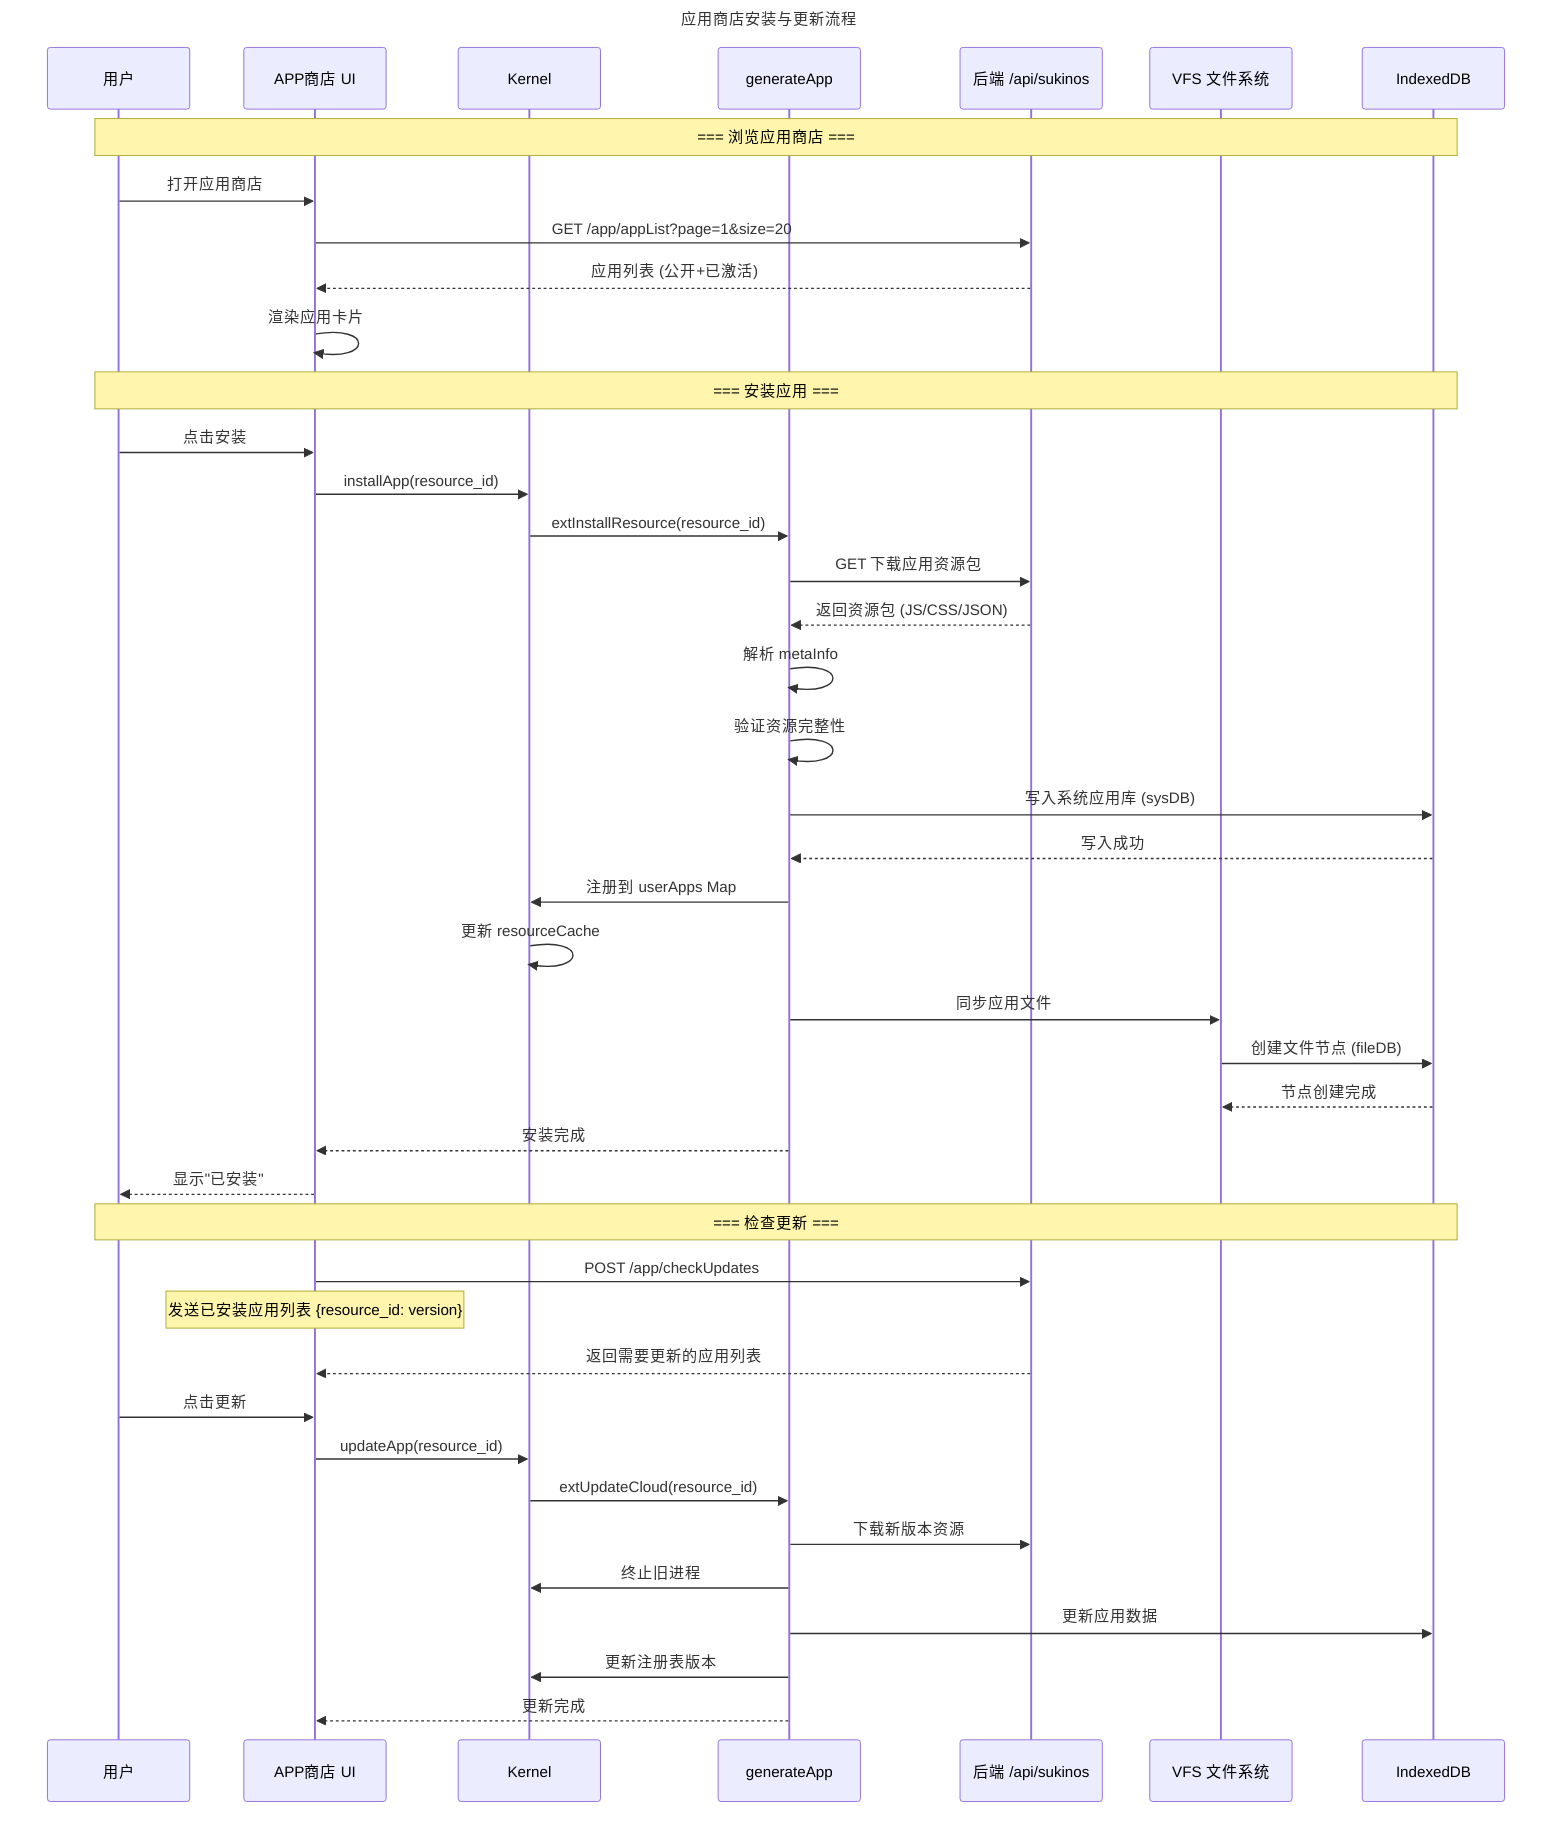
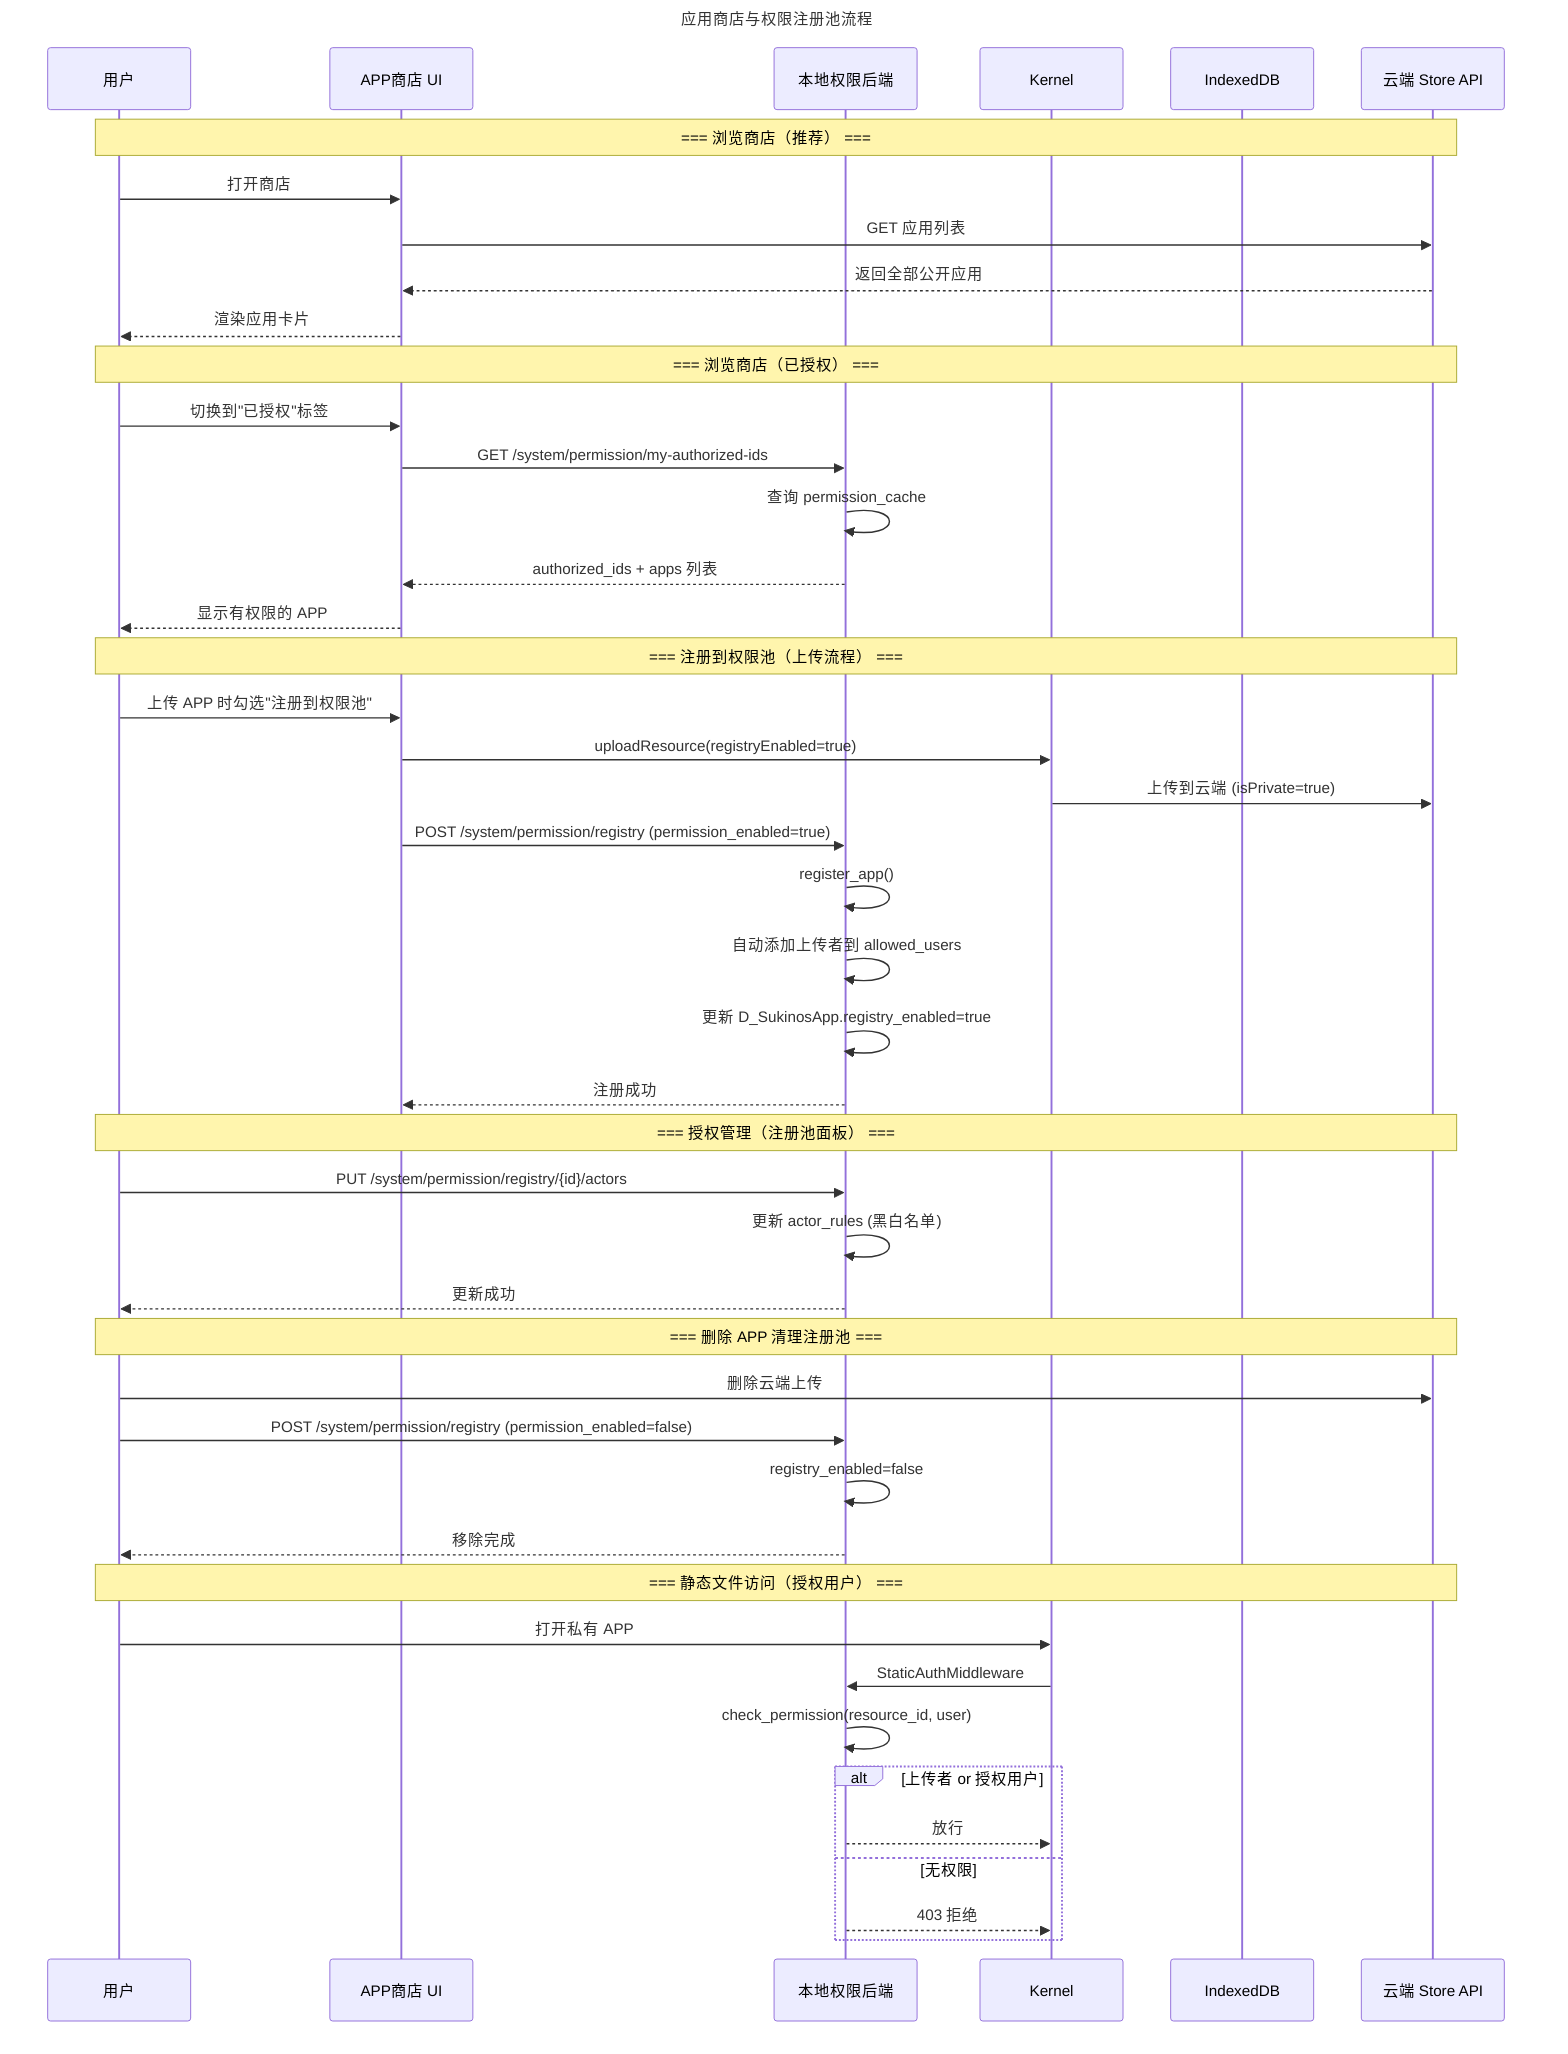
---
- title: 应用商店安装与更新流程
+ title: 应用商店与权限注册池流程
---
sequenceDiagram
    participant User as 用户
    participant Store as APP商店 UI
+     participant LocalAPI as 本地权限后端
    participant Kernel as Kernel
-     participant GenerateApp as generateApp
-     participant Backend as 后端 /api/sukinos
-     participant VFS as VFS 文件系统
    participant DB as IndexedDB
+     participant Cloud as 云端 Store API

-     Note over User,DB: === 浏览应用商店 ===
+     Note over User,Cloud: === 浏览商店（推荐） ===
+     User->>Store: 打开商店
+     Store->>Cloud: GET 应用列表
+     Cloud-->>Store: 返回全部公开应用
+     Store-->>User: 渲染应用卡片

-     User->>Store: 打开应用商店
-     Store->>Backend: GET /app/appList?page=1&size=20
-     Backend-->>Store: 应用列表 (公开+已激活)
-     Store->>Store: 渲染应用卡片
+     Note over User,Cloud: === 浏览商店（已授权） ===
+     User->>Store: 切换到"已授权"标签
+     Store->>LocalAPI: GET /system/permission/my-authorized-ids
+     LocalAPI->>LocalAPI: 查询 permission_cache
+     LocalAPI-->>Store: authorized_ids + apps 列表
+     Store-->>User: 显示有权限的 APP

-     Note over User,DB: === 安装应用 ===
+     Note over User,Cloud: === 注册到权限池（上传流程） ===
+     User->>Store: 上传 APP 时勾选"注册到权限池"
+     Store->>Kernel: uploadResource(registryEnabled=true)
+     Kernel->>Cloud: 上传到云端 (isPrivate=true)
+     Store->>LocalAPI: POST /system/permission/registry (permission_enabled=true)
+     LocalAPI->>LocalAPI: register_app()
+     LocalAPI->>LocalAPI: 自动添加上传者到 allowed_users
+     LocalAPI->>LocalAPI: 更新 D_SukinosApp.registry_enabled=true
+     LocalAPI-->>Store: 注册成功

-     User->>Store: 点击安装
-     Store->>Kernel: installApp(resource_id)
-     Kernel->>GenerateApp: extInstallResource(resource_id)
-     GenerateApp->>Backend: GET 下载应用资源包
-     Backend-->>GenerateApp: 返回资源包 (JS/CSS/JSON)
+     Note over User,Cloud: === 授权管理（注册池面板） ===
+     User->>LocalAPI: PUT /system/permission/registry/{id}/actors
+     LocalAPI->>LocalAPI: 更新 actor_rules (黑白名单)
+     LocalAPI-->>User: 更新成功

-     GenerateApp->>GenerateApp: 解析 metaInfo
-     GenerateApp->>GenerateApp: 验证资源完整性
+     Note over User,Cloud: === 删除 APP 清理注册池 ===
+     User->>Cloud: 删除云端上传
+     User->>LocalAPI: POST /system/permission/registry (permission_enabled=false)
+     LocalAPI->>LocalAPI: registry_enabled=false
+     LocalAPI-->>User: 移除完成

-     GenerateApp->>DB: 写入系统应用库 (sysDB)
-     DB-->>GenerateApp: 写入成功
- 
-     GenerateApp->>Kernel: 注册到 userApps Map
-     Kernel->>Kernel: 更新 resourceCache
- 
-     GenerateApp->>VFS: 同步应用文件
-     VFS->>DB: 创建文件节点 (fileDB)
-     DB-->>VFS: 节点创建完成
- 
-     GenerateApp-->>Store: 安装完成
-     Store-->>User: 显示"已安装"
- 
-     Note over User,DB: === 检查更新 ===
- 
-     Store->>Backend: POST /app/checkUpdates
-     Note over Store: 发送已安装应用列表 {resource_id: version}
-     Backend-->>Store: 返回需要更新的应用列表
- 
-     User->>Store: 点击更新
-     Store->>Kernel: updateApp(resource_id)
-     Kernel->>GenerateApp: extUpdateCloud(resource_id)
-     GenerateApp->>Backend: 下载新版本资源
-     GenerateApp->>Kernel: 终止旧进程
-     GenerateApp->>DB: 更新应用数据
-     GenerateApp->>Kernel: 更新注册表版本
-     GenerateApp-->>Store: 更新完成
+     Note over User,Cloud: === 静态文件访问（授权用户） ===
+     User->>Kernel: 打开私有 APP
+     Kernel->>LocalAPI: StaticAuthMiddleware
+     LocalAPI->>LocalAPI: check_permission(resource_id, user)
+     alt 上传者 or 授权用户
+         LocalAPI-->>Kernel: 放行
+     else 无权限
+         LocalAPI-->>Kernel: 403 拒绝
+     end